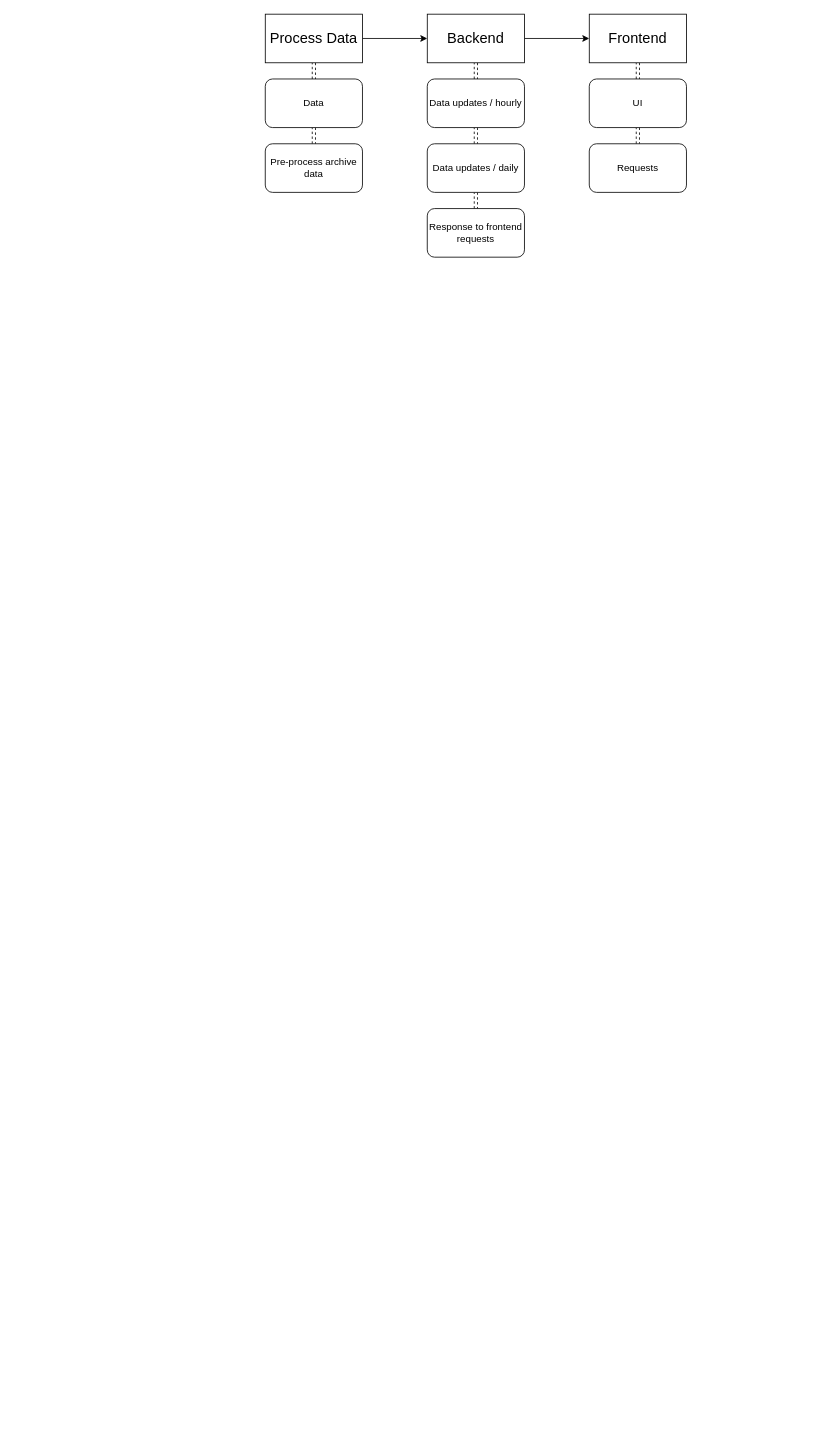
This is flow.drawio from Dsh219/MSc_CC_AirQuality, a draw.io file, before an edit. Source tidied: cells renumbered, new cells numbered last; positions are measured from the earlier drawing's top-left corner, leaving out a move shared by most shapes. Both pictures are drawn from the tidied source at 81%, with x=0, y=0 at pixel (265, 14).
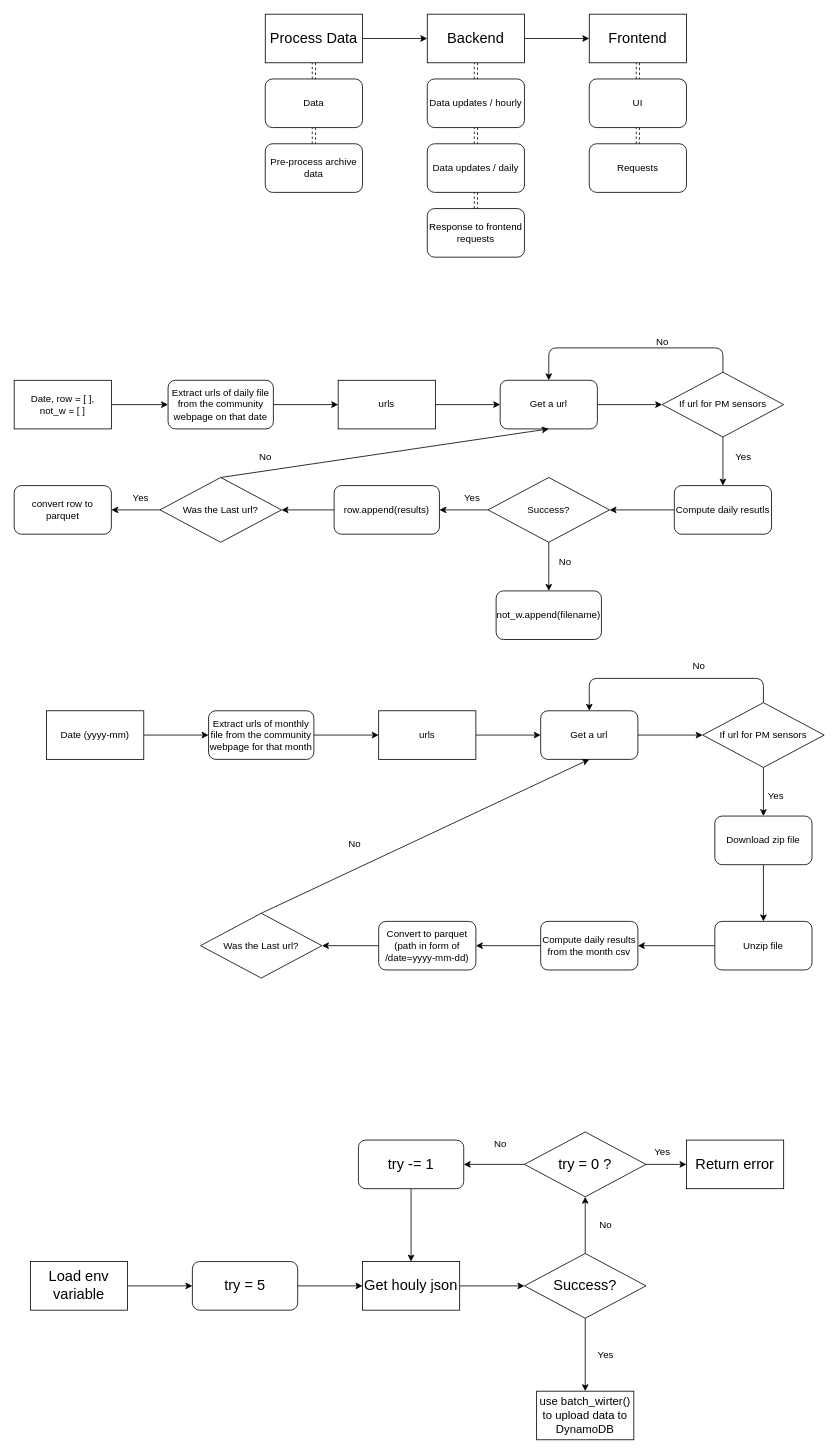
The same page after the edit.

Commit message (it also covers changes not shown here):
update max-height for data-display

Diff of the diagram source:
```diff
@@
+    <mxCell id="21" style="edgeStyle=none;html=1;exitX=1;exitY=0.5;exitDx=0;exitDy=0;entryX=0;entryY=0.5;entryDx=0;entryDy=0;" parent="1" edge="1" source="22" target="24">
+      <mxGeometry relative="1" as="geometry" />
+    </mxCell>
+    <mxCell id="22" value="Extract urls of daily file from the community webpage on that date" style="rounded=1;whiteSpace=wrap;html=1;" parent="1" vertex="1">
+      <mxGeometry x="-120" y="452" width="130" height="60" as="geometry" />
+    </mxCell>
+    <mxCell id="23" style="edgeStyle=none;html=1;exitX=1;exitY=0.5;exitDx=0;exitDy=0;entryX=0;entryY=0.5;entryDx=0;entryDy=0;" parent="1" edge="1" source="24" target="31">
+      <mxGeometry relative="1" as="geometry" />
+    </mxCell>
+    <mxCell id="24" value="urls" style="rounded=0;whiteSpace=wrap;html=1;" parent="1" vertex="1">
+      <mxGeometry x="90" y="452" width="120" height="60" as="geometry" />
+    </mxCell>
+    <mxCell id="25" style="edgeStyle=none;html=1;exitX=1;exitY=0.5;exitDx=0;exitDy=0;entryX=0;entryY=0.5;entryDx=0;entryDy=0;" parent="1" edge="1" source="26" target="22">
+      <mxGeometry relative="1" as="geometry" />
+    </mxCell>
+    <mxCell id="26" value="Date, row = [ ], &lt;br&gt;not_w = [ ]" style="rounded=0;whiteSpace=wrap;html=1;" parent="1" vertex="1">
+      <mxGeometry x="-310" y="452" width="120" height="60" as="geometry" />
+    </mxCell>
+    <mxCell id="27" style="edgeStyle=none;html=1;exitX=0.5;exitY=0;exitDx=0;exitDy=0;entryX=0.5;entryY=0;entryDx=0;entryDy=0;" parent="1" edge="1" source="29" target="31">
+      <mxGeometry relative="1" as="geometry">
+        <Array as="points">
+          <mxPoint x="565" y="412" />
+          <mxPoint x="350" y="412" />
+        </Array>
+      </mxGeometry>
+    </mxCell>
+    <mxCell id="28" style="edgeStyle=none;html=1;exitX=0.5;exitY=1;exitDx=0;exitDy=0;entryX=0.5;entryY=0;entryDx=0;entryDy=0;" parent="1" edge="1" source="29" target="34">
+      <mxGeometry relative="1" as="geometry" />
+    </mxCell>
+    <mxCell id="29" value="If url for PM sensors" style="rhombus;whiteSpace=wrap;html=1;" parent="1" vertex="1">
+      <mxGeometry x="490" y="442" width="150" height="80" as="geometry" />
+    </mxCell>
+    <mxCell id="30" style="edgeStyle=none;html=1;exitX=1;exitY=0.5;exitDx=0;exitDy=0;entryX=0;entryY=0.5;entryDx=0;entryDy=0;" parent="1" edge="1" source="31" target="29">
+      <mxGeometry relative="1" as="geometry" />
+    </mxCell>
+    <mxCell id="31" value="Get a url" style="rounded=1;whiteSpace=wrap;html=1;" parent="1" vertex="1">
+      <mxGeometry x="290" y="452" width="120" height="60" as="geometry" />
+    </mxCell>
+    <mxCell id="32" value="No" style="text;html=1;align=center;verticalAlign=middle;strokeColor=none;fillColor=none;" parent="1" vertex="1">
+      <mxGeometry x="470" y="390" width="40" height="30" as="geometry" />
+    </mxCell>
+    <mxCell id="33" style="edgeStyle=none;html=1;exitX=0;exitY=0.5;exitDx=0;exitDy=0;entryX=1;entryY=0.5;entryDx=0;entryDy=0;" parent="1" edge="1" source="34" target="37">
+      <mxGeometry relative="1" as="geometry" />
+    </mxCell>
+    <mxCell id="34" value="Compute daily resutls" style="rounded=1;whiteSpace=wrap;html=1;" parent="1" vertex="1">
+      <mxGeometry x="505" y="582" width="120" height="60" as="geometry" />
+    </mxCell>
+    <mxCell id="35" style="edgeStyle=none;html=1;exitX=0;exitY=0.5;exitDx=0;exitDy=0;entryX=1;entryY=0.5;entryDx=0;entryDy=0;" parent="1" edge="1" source="37" target="41">
+      <mxGeometry relative="1" as="geometry" />
+    </mxCell>
+    <mxCell id="36" style="edgeStyle=none;html=1;exitX=0.5;exitY=1;exitDx=0;exitDy=0;entryX=0.5;entryY=0;entryDx=0;entryDy=0;" parent="1" edge="1" source="37" target="43">
+      <mxGeometry relative="1" as="geometry" />
+    </mxCell>
+    <mxCell id="37" value="Success?" style="rhombus;whiteSpace=wrap;html=1;" parent="1" vertex="1">
+      <mxGeometry x="275" y="572" width="150" height="80" as="geometry" />
+    </mxCell>
+    <mxCell id="38" value="Yes" style="text;html=1;align=center;verticalAlign=middle;strokeColor=none;fillColor=none;" parent="1" vertex="1">
+      <mxGeometry x="235" y="582" width="40" height="30" as="geometry" />
+    </mxCell>
+    <mxCell id="39" value="Yes" style="text;html=1;align=center;verticalAlign=middle;strokeColor=none;fillColor=none;" parent="1" vertex="1">
+      <mxGeometry x="570" y="532" width="40" height="30" as="geometry" />
+    </mxCell>
+    <mxCell id="40" style="edgeStyle=none;html=1;exitX=0;exitY=0.5;exitDx=0;exitDy=0;entryX=1;entryY=0.5;entryDx=0;entryDy=0;" parent="1" edge="1" source="41" target="46">
+      <mxGeometry relative="1" as="geometry" />
+    </mxCell>
+    <mxCell id="41" value="row.append(results)" style="rounded=1;whiteSpace=wrap;html=1;" parent="1" vertex="1">
+      <mxGeometry x="85" y="582" width="130" height="60" as="geometry" />
+    </mxCell>
+    <mxCell id="42" value="No" style="text;html=1;align=center;verticalAlign=middle;strokeColor=none;fillColor=none;" parent="1" vertex="1">
+      <mxGeometry x="350" y="662" width="40" height="30" as="geometry" />
+    </mxCell>
+    <mxCell id="43" value="not_w.append(filename)" style="rounded=1;whiteSpace=wrap;html=1;" parent="1" vertex="1">
+      <mxGeometry x="285" y="712" width="130" height="60" as="geometry" />
+    </mxCell>
+    <mxCell id="44" style="edgeStyle=none;html=1;exitX=0.5;exitY=0;exitDx=0;exitDy=0;entryX=0.5;entryY=1;entryDx=0;entryDy=0;" parent="1" edge="1" source="46" target="31">
+      <mxGeometry relative="1" as="geometry" />
+    </mxCell>
+    <mxCell id="45" style="edgeStyle=none;html=1;exitX=0;exitY=0.5;exitDx=0;exitDy=0;entryX=1;entryY=0.5;entryDx=0;entryDy=0;" parent="1" edge="1" source="46" target="48">
+      <mxGeometry relative="1" as="geometry" />
+    </mxCell>
+    <mxCell id="46" value="Was the Last url?" style="rhombus;whiteSpace=wrap;html=1;" parent="1" vertex="1">
+      <mxGeometry x="-130" y="572" width="150" height="80" as="geometry" />
+    </mxCell>
+    <mxCell id="47" value="No" style="text;html=1;align=center;verticalAlign=middle;strokeColor=none;fillColor=none;" parent="1" vertex="1">
+      <mxGeometry x="-20" y="532" width="40" height="30" as="geometry" />
+    </mxCell>
+    <mxCell id="48" value="convert row to parquet" style="rounded=1;whiteSpace=wrap;html=1;" parent="1" vertex="1">
+      <mxGeometry x="-310" y="582" width="120" height="60" as="geometry" />
+    </mxCell>
+    <mxCell id="49" value="Yes" style="text;html=1;align=center;verticalAlign=middle;strokeColor=none;fillColor=none;" parent="1" vertex="1">
+      <mxGeometry x="-174" y="583" width="40" height="30" as="geometry" />
+    </mxCell>
+    <mxCell id="50" style="edgeStyle=none;html=1;exitX=1;exitY=0.5;exitDx=0;exitDy=0;entryX=0;entryY=0.5;entryDx=0;entryDy=0;" parent="1" edge="1" source="51" target="53">
+      <mxGeometry relative="1" as="geometry" />
+    </mxCell>
+    <mxCell id="51" value="Date (yyyy-mm)" style="rounded=0;whiteSpace=wrap;html=1;" parent="1" vertex="1">
+      <mxGeometry x="-270" y="860" width="120" height="60" as="geometry" />
+    </mxCell>
+    <mxCell id="52" style="edgeStyle=none;html=1;exitX=1;exitY=0.5;exitDx=0;exitDy=0;entryX=0;entryY=0.5;entryDx=0;entryDy=0;" parent="1" edge="1" source="53" target="55">
+      <mxGeometry relative="1" as="geometry" />
+    </mxCell>
+    <mxCell id="53" value="Extract urls of monthly file from the community webpage for that month" style="rounded=1;whiteSpace=wrap;html=1;" parent="1" vertex="1">
+      <mxGeometry x="-70" y="860" width="130" height="60" as="geometry" />
+    </mxCell>
+    <mxCell id="54" style="edgeStyle=none;html=1;exitX=1;exitY=0.5;exitDx=0;exitDy=0;entryX=0;entryY=0.5;entryDx=0;entryDy=0;" parent="1" edge="1" source="55" target="57">
+      <mxGeometry relative="1" as="geometry" />
+    </mxCell>
+    <mxCell id="55" value="urls" style="rounded=0;whiteSpace=wrap;html=1;" parent="1" vertex="1">
+      <mxGeometry x="140" y="860" width="120" height="60" as="geometry" />
+    </mxCell>
+    <mxCell id="56" style="edgeStyle=none;html=1;exitX=1;exitY=0.5;exitDx=0;exitDy=0;entryX=0;entryY=0.5;entryDx=0;entryDy=0;" parent="1" edge="1" source="57" target="60">
+      <mxGeometry relative="1" as="geometry" />
+    </mxCell>
+    <mxCell id="57" value="Get a url" style="rounded=1;whiteSpace=wrap;html=1;" parent="1" vertex="1">
+      <mxGeometry x="340" y="860" width="120" height="60" as="geometry" />
+    </mxCell>
+    <mxCell id="58" style="edgeStyle=none;html=1;exitX=0.5;exitY=0;exitDx=0;exitDy=0;entryX=0.5;entryY=0;entryDx=0;entryDy=0;" parent="1" edge="1" source="60" target="57">
+      <mxGeometry relative="1" as="geometry">
+        <Array as="points">
+          <mxPoint x="615" y="820" />
+          <mxPoint x="400" y="820" />
+        </Array>
+      </mxGeometry>
+    </mxCell>
+    <mxCell id="59" style="edgeStyle=none;html=1;exitX=0.5;exitY=1;exitDx=0;exitDy=0;entryX=0.5;entryY=0;entryDx=0;entryDy=0;" parent="1" edge="1" source="60" target="63">
+      <mxGeometry relative="1" as="geometry" />
+    </mxCell>
+    <mxCell id="60" value="If url for PM sensors" style="rhombus;whiteSpace=wrap;html=1;" parent="1" vertex="1">
+      <mxGeometry x="540" y="850" width="150" height="80" as="geometry" />
+    </mxCell>
+    <mxCell id="61" value="No" style="text;html=1;align=center;verticalAlign=middle;strokeColor=none;fillColor=none;" parent="1" vertex="1">
+      <mxGeometry x="515" y="790" width="40" height="30" as="geometry" />
+    </mxCell>
+    <mxCell id="62" style="edgeStyle=none;html=1;exitX=0.5;exitY=1;exitDx=0;exitDy=0;entryX=0.5;entryY=0;entryDx=0;entryDy=0;" parent="1" edge="1" source="63" target="66">
+      <mxGeometry relative="1" as="geometry" />
+    </mxCell>
+    <mxCell id="63" value="Download zip file" style="rounded=1;whiteSpace=wrap;html=1;" parent="1" vertex="1">
+      <mxGeometry x="555" y="990" width="120" height="60" as="geometry" />
+    </mxCell>
+    <mxCell id="64" value="Yes" style="text;html=1;align=center;verticalAlign=middle;strokeColor=none;fillColor=none;" parent="1" vertex="1">
+      <mxGeometry x="610" y="950" width="40" height="30" as="geometry" />
+    </mxCell>
+    <mxCell id="65" style="edgeStyle=none;html=1;exitX=0;exitY=0.5;exitDx=0;exitDy=0;entryX=1;entryY=0.5;entryDx=0;entryDy=0;" parent="1" edge="1" source="66" target="68">
+      <mxGeometry relative="1" as="geometry" />
+    </mxCell>
+    <mxCell id="66" value="Unzip file" style="rounded=1;whiteSpace=wrap;html=1;" parent="1" vertex="1">
+      <mxGeometry x="555" y="1120" width="120" height="60" as="geometry" />
+    </mxCell>
+    <mxCell id="67" style="edgeStyle=none;html=1;exitX=0;exitY=0.5;exitDx=0;exitDy=0;entryX=1;entryY=0.5;entryDx=0;entryDy=0;" parent="1" edge="1" source="68" target="70">
+      <mxGeometry relative="1" as="geometry" />
+    </mxCell>
+    <mxCell id="68" value="Compute daily results from the month csv" style="rounded=1;whiteSpace=wrap;html=1;" parent="1" vertex="1">
+      <mxGeometry x="340" y="1120" width="120" height="60" as="geometry" />
+    </mxCell>
+    <mxCell id="69" style="edgeStyle=none;html=1;exitX=0;exitY=0.5;exitDx=0;exitDy=0;entryX=1;entryY=0.5;entryDx=0;entryDy=0;" parent="1" edge="1" source="70" target="72">
+      <mxGeometry relative="1" as="geometry" />
+    </mxCell>
+    <mxCell id="70" value="Convert to parquet (path in form of /date=yyyy-mm-dd)" style="rounded=1;whiteSpace=wrap;html=1;" parent="1" vertex="1">
+      <mxGeometry x="140" y="1120" width="120" height="60" as="geometry" />
+    </mxCell>
+    <mxCell id="71" style="edgeStyle=none;html=1;exitX=0.5;exitY=0;exitDx=0;exitDy=0;entryX=0.5;entryY=1;entryDx=0;entryDy=0;" parent="1" edge="1" source="72" target="57">
+      <mxGeometry relative="1" as="geometry" />
+    </mxCell>
+    <mxCell id="72" value="Was the Last url?" style="rhombus;whiteSpace=wrap;html=1;" parent="1" vertex="1">
+      <mxGeometry x="-80" y="1110" width="150" height="80" as="geometry" />
+    </mxCell>
+    <mxCell id="73" value="No" style="text;html=1;align=center;verticalAlign=middle;strokeColor=none;fillColor=none;" parent="1" vertex="1">
+      <mxGeometry x="90" y="1010" width="40" height="30" as="geometry" />
+    </mxCell>
+    <mxCell id="74" style="edgeStyle=none;html=1;exitX=1;exitY=0.5;exitDx=0;exitDy=0;entryX=0;entryY=0.5;entryDx=0;entryDy=0;" parent="1" edge="1" source="75" target="77">
+      <mxGeometry relative="1" as="geometry" />
+    </mxCell>
+    <mxCell id="75" value="&lt;font style=&quot;font-size: 18px;&quot;&gt;Load env variable&lt;/font&gt;" style="rounded=0;whiteSpace=wrap;html=1;" parent="1" vertex="1">
+      <mxGeometry x="-290" y="1540" width="120" height="60" as="geometry" />
+    </mxCell>
+    <mxCell id="76" style="edgeStyle=none;html=1;exitX=1;exitY=0.5;exitDx=0;exitDy=0;entryX=0;entryY=0.5;entryDx=0;entryDy=0;" parent="1" edge="1" source="77" target="79">
+      <mxGeometry relative="1" as="geometry" />
+    </mxCell>
+    <mxCell id="77" value="&lt;font style=&quot;font-size: 18px;&quot;&gt;try = 5&lt;/font&gt;" style="rounded=1;whiteSpace=wrap;html=1;" parent="1" vertex="1">
+      <mxGeometry x="-90" y="1540" width="130" height="60" as="geometry" />
+    </mxCell>
+    <mxCell id="78" style="edgeStyle=none;html=1;exitX=1;exitY=0.5;exitDx=0;exitDy=0;entryX=0;entryY=0.5;entryDx=0;entryDy=0;" parent="1" edge="1" source="79" target="82">
+      <mxGeometry relative="1" as="geometry" />
+    </mxCell>
+    <mxCell id="79" value="&lt;font style=&quot;font-size: 18px;&quot;&gt;Get houly json&lt;/font&gt;" style="rounded=0;whiteSpace=wrap;html=1;" parent="1" vertex="1">
+      <mxGeometry x="120" y="1540" width="120" height="60" as="geometry" />
+    </mxCell>
+    <mxCell id="80" style="edgeStyle=none;html=1;exitX=0.5;exitY=0;exitDx=0;exitDy=0;entryX=0.5;entryY=1;entryDx=0;entryDy=0;" parent="1" edge="1" source="82" target="89">
+      <mxGeometry relative="1" as="geometry" />
+    </mxCell>
+    <mxCell id="81" style="edgeStyle=none;html=1;exitX=0.5;exitY=1;exitDx=0;exitDy=0;entryX=0.5;entryY=0;entryDx=0;entryDy=0;" parent="1" edge="1" source="82" target="93">
+      <mxGeometry relative="1" as="geometry" />
+    </mxCell>
+    <mxCell id="82" value="&lt;font style=&quot;font-size: 18px;&quot;&gt;Success?&lt;/font&gt;" style="rhombus;whiteSpace=wrap;html=1;" parent="1" vertex="1">
+      <mxGeometry x="320" y="1530" width="150" height="80" as="geometry" />
+    </mxCell>
+    <mxCell id="83" value="No" style="text;html=1;align=center;verticalAlign=middle;strokeColor=none;fillColor=none;" parent="1" vertex="1">
+      <mxGeometry x="400" y="1480" width="40" height="30" as="geometry" />
+    </mxCell>
+    <mxCell id="84" value="Yes" style="text;html=1;align=center;verticalAlign=middle;strokeColor=none;fillColor=none;" parent="1" vertex="1">
+      <mxGeometry x="400" y="1640" width="40" height="30" as="geometry" />
+    </mxCell>
+    <mxCell id="85" style="edgeStyle=none;html=1;exitX=0.5;exitY=1;exitDx=0;exitDy=0;entryX=0.5;entryY=0;entryDx=0;entryDy=0;" parent="1" edge="1" source="86" target="79">
+      <mxGeometry relative="1" as="geometry" />
+    </mxCell>
+    <mxCell id="86" value="&lt;font style=&quot;font-size: 18px;&quot;&gt;try -= 1&lt;/font&gt;" style="rounded=1;whiteSpace=wrap;html=1;" parent="1" vertex="1">
+      <mxGeometry x="115" y="1390" width="130" height="60" as="geometry" />
+    </mxCell>
+    <mxCell id="87" style="edgeStyle=none;html=1;exitX=1;exitY=0.5;exitDx=0;exitDy=0;entryX=0;entryY=0.5;entryDx=0;entryDy=0;" parent="1" edge="1" source="89" target="90">
+      <mxGeometry relative="1" as="geometry" />
+    </mxCell>
+    <mxCell id="88" style="edgeStyle=none;html=1;exitX=0;exitY=0.5;exitDx=0;exitDy=0;entryX=1;entryY=0.5;entryDx=0;entryDy=0;" parent="1" edge="1" source="89" target="86">
+      <mxGeometry relative="1" as="geometry" />
+    </mxCell>
+    <mxCell id="89" value="&lt;font style=&quot;font-size: 18px;&quot;&gt;try = 0 ?&lt;/font&gt;" style="rhombus;whiteSpace=wrap;html=1;" parent="1" vertex="1">
+      <mxGeometry x="320" y="1380" width="150" height="80" as="geometry" />
+    </mxCell>
+    <mxCell id="90" value="&lt;font style=&quot;font-size: 18px;&quot;&gt;Return error&lt;/font&gt;" style="rounded=0;whiteSpace=wrap;html=1;" parent="1" vertex="1">
+      <mxGeometry x="520" y="1390" width="120" height="60" as="geometry" />
+    </mxCell>
+    <mxCell id="91" value="No" style="text;html=1;align=center;verticalAlign=middle;strokeColor=none;fillColor=none;" parent="1" vertex="1">
+      <mxGeometry x="270" y="1380" width="40" height="30" as="geometry" />
+    </mxCell>
+    <mxCell id="92" value="Yes" style="text;html=1;align=center;verticalAlign=middle;strokeColor=none;fillColor=none;" parent="1" vertex="1">
+      <mxGeometry x="470" y="1390" width="40" height="30" as="geometry" />
+    </mxCell>
+    <mxCell id="93" value="&lt;font style=&quot;font-size: 14px;&quot;&gt;use batch_wirter() to upload data to DynamoDB&lt;/font&gt;" style="rounded=0;whiteSpace=wrap;html=1;" parent="1" vertex="1">
+      <mxGeometry x="335" y="1700" width="120" height="60" as="geometry" />
+    </mxCell>
```
